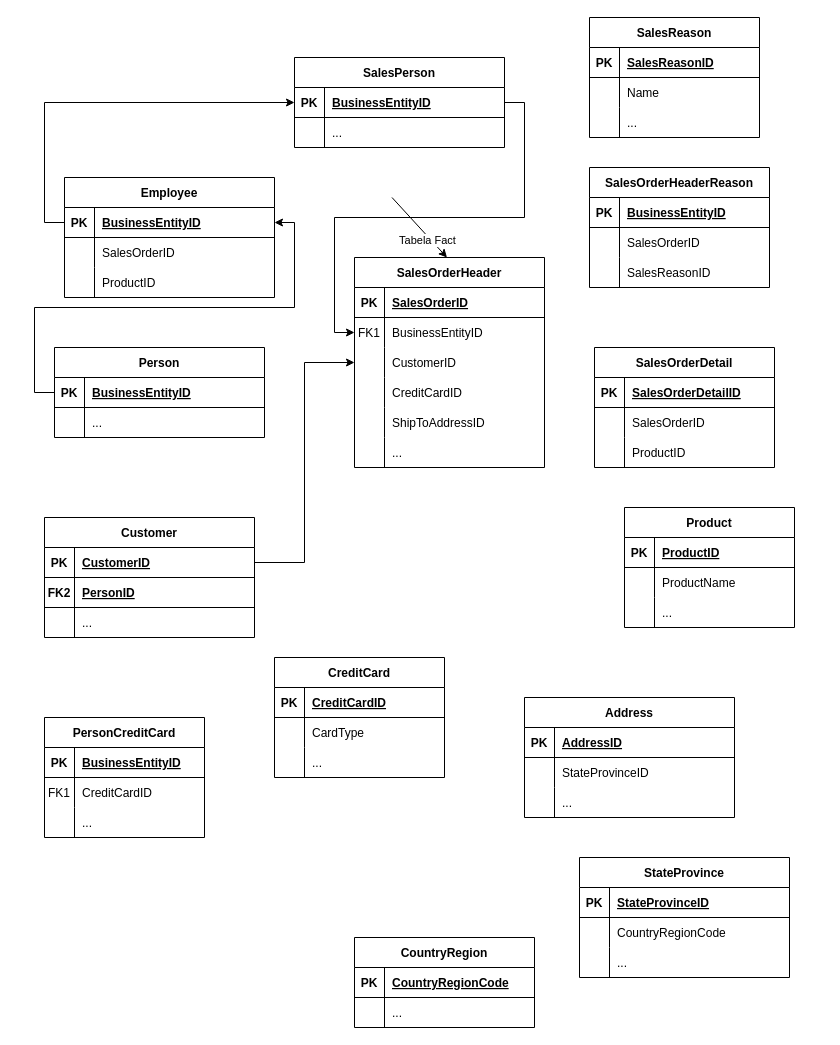
andrepegoraro/analytics-engineering keeps this draw.io diagram as AdventureWorks/AW.drawio. Above is the earlier version. Source tidied: cells renumbered, new cells numbered last; positions are measured from the earlier drawing's top-left corner, leaving out a move shared by most shapes. Both pictures are drawn from the tidied source at 100%, with x=0, y=0 at pixel (44, 17).
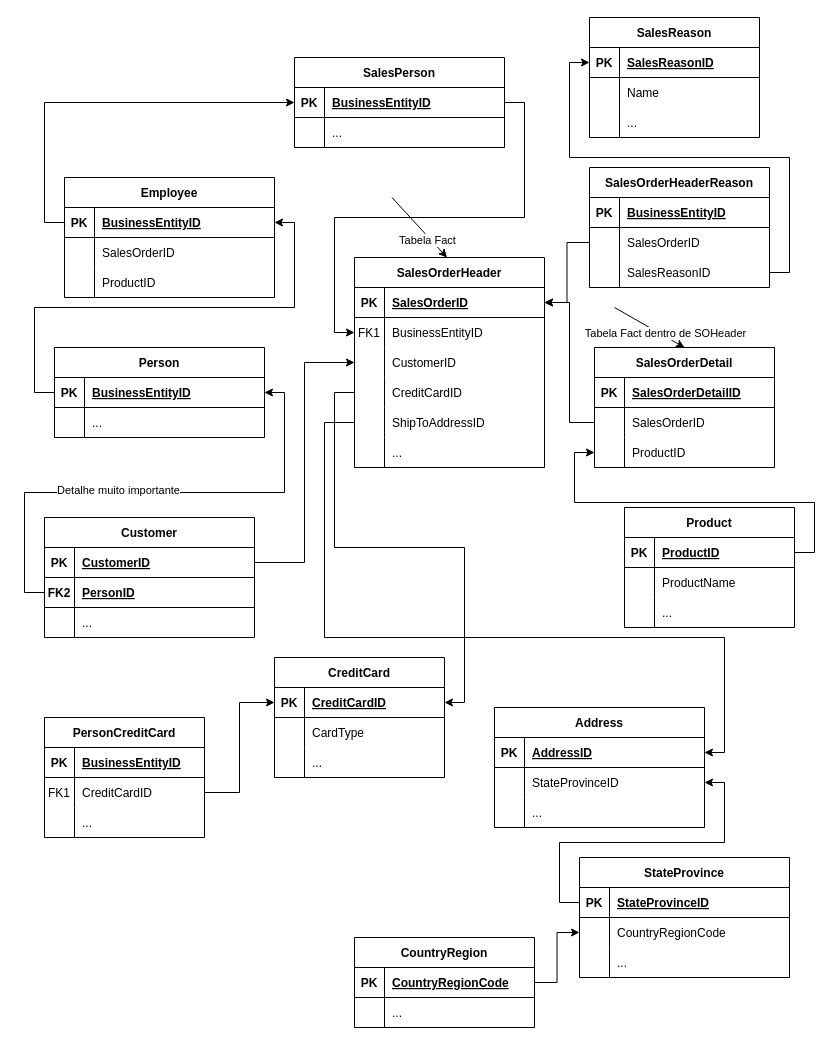
Above is the later version.

Unchanged cells that the change refers to:
```xml
<mxCell id="3" style="shape=partialRectangle;fillColor=none;points=[[0,0.5],[1,0.5]];portConstraint=eastwest;top=0;left=0;right=0;bottom=1;" parent="2" vertex="1">
  <mxGeometry y="30" width="190" height="30" as="geometry" />
</mxCell>
<mxCell id="12" style="shape=partialRectangle;fillColor=none;points=[[0,0.5],[1,0.5]];portConstraint=eastwest;top=0;left=0;right=0;bottom=0;" parent="2" vertex="1">
  <mxGeometry y="120" width="190" height="30" as="geometry" />
</mxCell>
<mxCell id="15" style="shape=partialRectangle;fillColor=none;points=[[0,0.5],[1,0.5]];portConstraint=eastwest;top=0;left=0;right=0;bottom=0;" parent="2" vertex="1">
  <mxGeometry y="150" width="190" height="30" as="geometry" />
</mxCell>
<mxCell id="25" style="shape=partialRectangle;fillColor=none;points=[[0,0.5],[1,0.5]];portConstraint=eastwest;top=0;left=0;right=0;bottom=1;" parent="21" vertex="1">
  <mxGeometry y="60" width="210" height="30" as="geometry" />
</mxCell>
<mxCell id="32" style="shape=partialRectangle;fillColor=none;points=[[0,0.5],[1,0.5]];portConstraint=eastwest;top=0;left=0;right=0;bottom=1;" parent="31" vertex="1">
  <mxGeometry y="30" width="210" height="30" as="geometry" />
</mxCell>
<mxCell id="35" style="shape=partialRectangle;fillColor=none;points=[[0,0.5],[1,0.5]];portConstraint=eastwest;top=0;left=0;right=0;bottom=0;" parent="31" vertex="1">
  <mxGeometry y="60" width="210" height="30" as="geometry" />
</mxCell>
<mxCell id="41" value="SalesOrderDetail" style="shape=table;startSize=30;childLayout=tableLayout;rowLines=0;fontStyle=1;align=center;" parent="1" vertex="1">
  <mxGeometry x="550" y="330" width="180" height="120" as="geometry" />
</mxCell>
<mxCell id="45" style="shape=partialRectangle;fillColor=none;points=[[0,0.5],[1,0.5]];portConstraint=eastwest;top=0;left=0;right=0;bottom=0;" parent="41" vertex="1">
  <mxGeometry y="60" width="180" height="30" as="geometry" />
</mxCell>
<mxCell id="48" style="shape=partialRectangle;fillColor=none;points=[[0,0.5],[1,0.5]];portConstraint=eastwest;top=0;left=0;right=0;bottom=0;" parent="41" vertex="1">
  <mxGeometry y="90" width="180" height="30" as="geometry" />
</mxCell>
<mxCell id="52" style="shape=partialRectangle;fillColor=none;points=[[0,0.5],[1,0.5]];portConstraint=eastwest;top=0;left=0;right=0;bottom=1;" parent="51" vertex="1">
  <mxGeometry y="30" width="170" height="30" as="geometry" />
</mxCell>
<mxCell id="65" style="shape=partialRectangle;fillColor=none;points=[[0,0.5],[1,0.5]];portConstraint=eastwest;top=0;left=0;right=0;bottom=0;" parent="61" vertex="1">
  <mxGeometry y="60" width="180" height="30" as="geometry" />
</mxCell>
<mxCell id="68" style="shape=partialRectangle;fillColor=none;points=[[0,0.5],[1,0.5]];portConstraint=eastwest;top=0;left=0;right=0;bottom=0;" parent="61" vertex="1">
  <mxGeometry y="90" width="180" height="30" as="geometry" />
</mxCell>
<mxCell id="72" style="shape=partialRectangle;fillColor=none;points=[[0,0.5],[1,0.5]];portConstraint=eastwest;top=0;left=0;right=0;bottom=1;" parent="71" vertex="1">
  <mxGeometry y="30" width="170" height="30" as="geometry" />
</mxCell>
<mxCell id="82" style="shape=partialRectangle;fillColor=none;points=[[0,0.5],[1,0.5]];portConstraint=eastwest;top=0;left=0;right=0;bottom=1;" parent="81" vertex="1">
  <mxGeometry y="30" width="170" height="30" as="geometry" />
</mxCell>
<mxCell id="95" style="shape=partialRectangle;fillColor=none;points=[[0,0.5],[1,0.5]];portConstraint=eastwest;top=0;left=0;right=0;bottom=0;" parent="91" vertex="1">
  <mxGeometry y="60" width="160" height="30" as="geometry" />
</mxCell>
<mxCell id="102" style="shape=partialRectangle;fillColor=none;points=[[0,0.5],[1,0.5]];portConstraint=eastwest;top=0;left=0;right=0;bottom=1;" parent="101" vertex="1">
  <mxGeometry y="30" width="210" height="30" as="geometry" />
</mxCell>
<mxCell id="105" style="shape=partialRectangle;fillColor=none;points=[[0,0.5],[1,0.5]];portConstraint=eastwest;top=0;left=0;right=0;bottom=0;" parent="101" vertex="1">
  <mxGeometry y="60" width="210" height="30" as="geometry" />
</mxCell>
<mxCell id="112" style="shape=partialRectangle;fillColor=none;points=[[0,0.5],[1,0.5]];portConstraint=eastwest;top=0;left=0;right=0;bottom=1;" parent="111" vertex="1">
  <mxGeometry y="30" width="180" height="30" as="geometry" />
</mxCell>
<mxCell id="119" style="shape=partialRectangle;fillColor=none;points=[[0,0.5],[1,0.5]];portConstraint=eastwest;top=0;left=0;right=0;bottom=1;" parent="118" vertex="1">
  <mxGeometry y="30" width="210" height="30" as="geometry" />
</mxCell>
```

Change to the diagram source:
```diff
@@
     <mxCell id="31" value="Address" style="shape=table;startSize=30;childLayout=tableLayout;rowLines=0;fontStyle=1;align=center;" parent="1" vertex="1">
-      <mxGeometry x="480" y="680" width="210" height="120" as="geometry" />
+      <mxGeometry x="450" y="690" width="210" height="120" as="geometry" />
     </mxCell>
@@
+    <mxCell id="148" style="edgeStyle=orthogonalEdgeStyle;rounded=0;jettySize=auto;html=1;exitX=0;exitY=0.5;exitDx=0;exitDy=0;entryX=1;entryY=0.5;entryDx=0;entryDy=0;" parent="1" edge="1" source="25" target="119">
+      <mxGeometry relative="1" as="geometry" />
+    </mxCell>
+    <mxCell id="149" value="Detalhe muito importante" style="edgeLabel;html=1;align=center;verticalAlign=middle;" parent="148" vertex="1">
+      <mxGeometry x="-0.15" y="3" relative="1" as="geometry" />
+    </mxCell>
+    <mxCell id="150" style="edgeStyle=orthogonalEdgeStyle;rounded=0;jettySize=auto;html=1;exitX=0;exitY=0.5;exitDx=0;exitDy=0;entryX=1;entryY=0.5;entryDx=0;entryDy=0;" parent="1" edge="1" source="12" target="82">
+      <mxGeometry relative="1" as="geometry" />
+    </mxCell>
+    <mxCell id="151" style="edgeStyle=orthogonalEdgeStyle;rounded=0;jettySize=auto;html=1;exitX=1;exitY=0.5;exitDx=0;exitDy=0;entryX=0;entryY=0.5;entryDx=0;entryDy=0;" parent="1" edge="1" source="95" target="82">
+      <mxGeometry relative="1" as="geometry" />
+    </mxCell>
+    <mxCell id="152" style="edgeStyle=orthogonalEdgeStyle;rounded=0;jettySize=auto;html=1;exitX=0;exitY=0.5;exitDx=0;exitDy=0;entryX=1;entryY=0.5;entryDx=0;entryDy=0;" parent="1" edge="1" source="15" target="32">
+      <mxGeometry relative="1" as="geometry">
+        <Array as="points">
+          <mxPoint x="280" y="405" />
+          <mxPoint x="280" y="620" />
+          <mxPoint x="680" y="620" />
+          <mxPoint x="680" y="735" />
+        </Array>
+      </mxGeometry>
+    </mxCell>
+    <mxCell id="153" style="edgeStyle=orthogonalEdgeStyle;rounded=0;jettySize=auto;html=1;exitX=0;exitY=0.5;exitDx=0;exitDy=0;entryX=1;entryY=0.5;entryDx=0;entryDy=0;" parent="1" edge="1" source="45" target="3">
+      <mxGeometry relative="1" as="geometry" />
+    </mxCell>
+    <mxCell id="154" style="edgeStyle=orthogonalEdgeStyle;rounded=0;jettySize=auto;html=1;exitX=1;exitY=0.5;exitDx=0;exitDy=0;entryX=0;entryY=0.5;entryDx=0;entryDy=0;" parent="1" edge="1" source="52" target="48">
+      <mxGeometry relative="1" as="geometry" />
+    </mxCell>
+    <mxCell id="155" style="edgeStyle=orthogonalEdgeStyle;rounded=0;jettySize=auto;html=1;exitX=0;exitY=0.5;exitDx=0;exitDy=0;" parent="1" edge="1" source="102" target="35">
+      <mxGeometry relative="1" as="geometry" />
+    </mxCell>
+    <mxCell id="156" style="edgeStyle=orthogonalEdgeStyle;rounded=0;jettySize=auto;html=1;exitX=1;exitY=0.5;exitDx=0;exitDy=0;entryX=0;entryY=0.5;entryDx=0;entryDy=0;" parent="1" edge="1" source="112" target="105">
+      <mxGeometry relative="1" as="geometry" />
+    </mxCell>
+    <mxCell id="157" style="edgeStyle=orthogonalEdgeStyle;rounded=0;jettySize=auto;html=1;exitX=0;exitY=0.5;exitDx=0;exitDy=0;entryX=1;entryY=0.5;entryDx=0;entryDy=0;" parent="1" edge="1" source="65" target="3">
+      <mxGeometry relative="1" as="geometry" />
+    </mxCell>
+    <mxCell id="158" style="edgeStyle=orthogonalEdgeStyle;rounded=0;jettySize=auto;html=1;exitX=1;exitY=0.5;exitDx=0;exitDy=0;entryX=0;entryY=0.5;entryDx=0;entryDy=0;" parent="1" edge="1" source="68" target="72">
+      <mxGeometry relative="1" as="geometry">
+        <Array as="points">
+          <mxPoint x="745" y="255" />
+          <mxPoint x="745" y="140" />
+          <mxPoint x="525" y="140" />
+          <mxPoint x="525" y="45" />
+        </Array>
+      </mxGeometry>
+    </mxCell>
+    <mxCell id="159" style="endArrow=classic;html=1;entryX=0.5;entryY=0;entryDx=0;entryDy=0;" parent="1" edge="1" target="41">
+      <mxGeometry relative="1" as="geometry">
+        <mxPoint x="570" y="290" as="sourcePoint" />
+      </mxGeometry>
+    </mxCell>
+    <mxCell id="160" value="Tabela Fact dentro de SOHeader" style="edgeLabel;html=1;align=center;verticalAlign=middle;" parent="159" vertex="1">
+      <mxGeometry x="0.38" y="3" relative="1" as="geometry" />
+    </mxCell>
```
